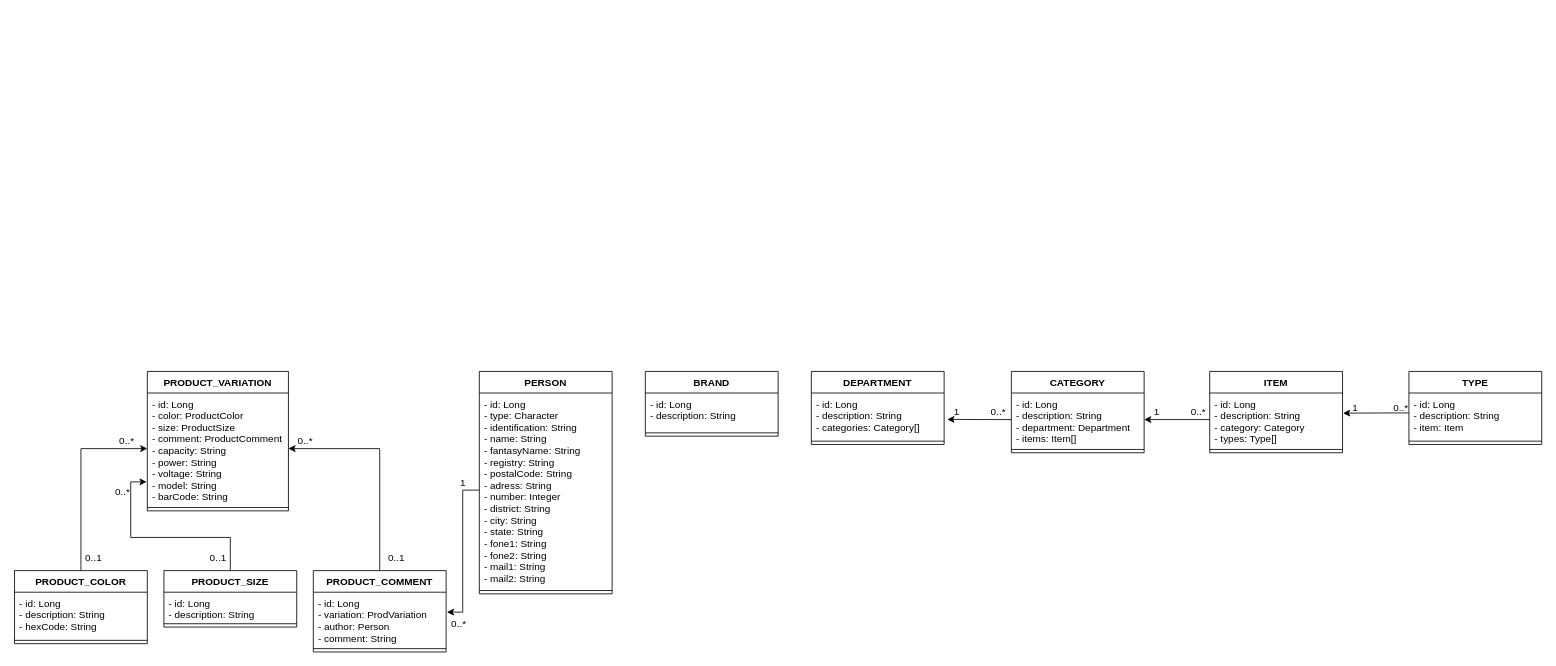
The draw.io diagram ecommerce/backend/product.drawio in augustocesarsousa/draw-io, before the edit. Source tidied: cells renumbered, new cells numbered last; positions are measured from the earlier drawing's top-left corner, leaving out a move shared by most shapes. Both pictures are drawn from the tidied source at 83%, with x=0, y=0 at pixel (14, 371).
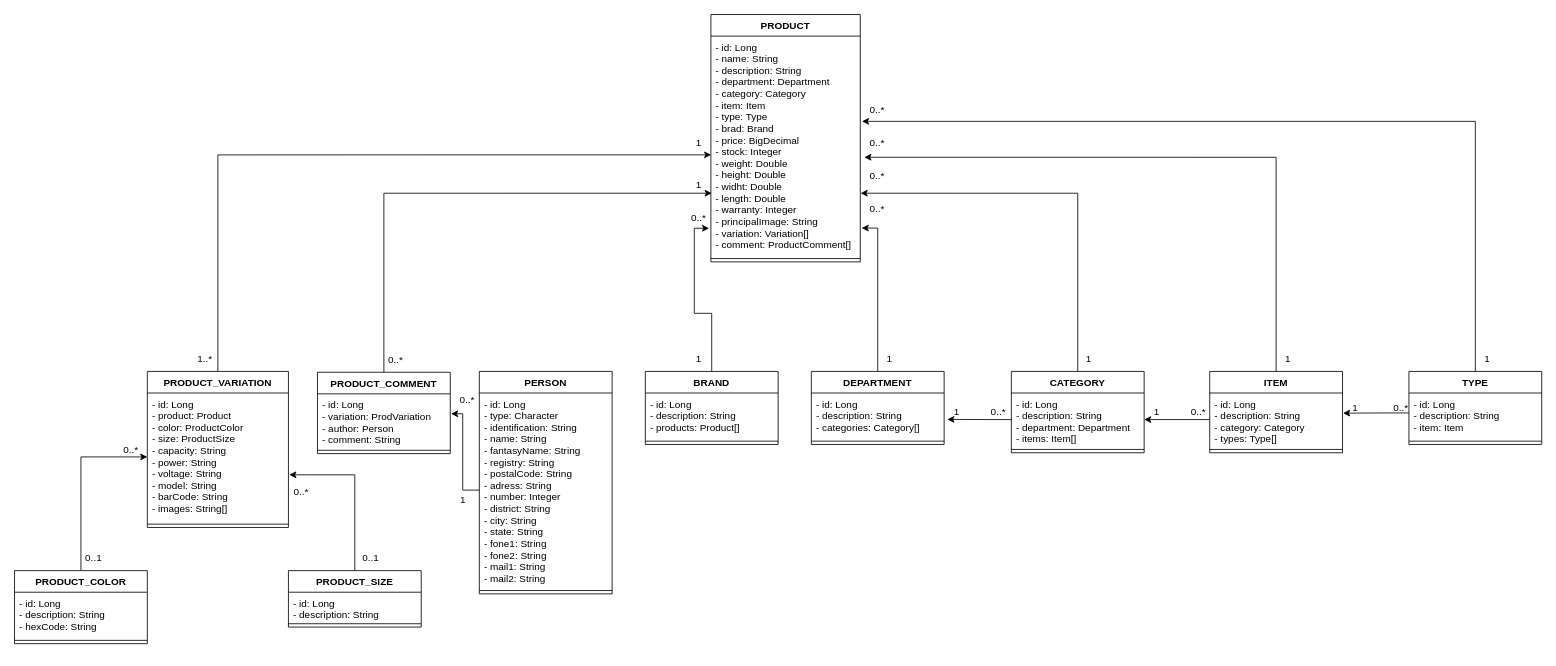
Above is the later version.

Commit message:
Adicionado entidade produtos e transferido a entidade Comentários para ela

The change refers to these unchanged cells:
```xml
<mxCell id="32" value="DEPARTMENT" style="swimlane;fontStyle=1;align=center;verticalAlign=top;horizontal=1;startSize=26;" parent="1" vertex="1">
  <mxGeometry x="960" width="160" height="88" as="geometry" />
</mxCell>
<mxCell id="35" value="CATEGORY" style="swimlane;fontStyle=1;align=center;verticalAlign=top;horizontal=1;startSize=26;" parent="1" vertex="1">
  <mxGeometry x="1201" width="160" height="98" as="geometry" />
</mxCell>
<mxCell id="38" value="ITEM" style="swimlane;fontStyle=1;align=center;verticalAlign=top;horizontal=1;startSize=26;" parent="1" vertex="1">
  <mxGeometry x="1440" width="160" height="98" as="geometry" />
</mxCell>
<mxCell id="41" value="TYPE" style="swimlane;fontStyle=1;align=center;verticalAlign=top;horizontal=1;startSize=26;" parent="1" vertex="1">
  <mxGeometry x="1680" width="160" height="88" as="geometry" />
</mxCell>
```

The edit, as a diff of the source:
```diff
@@
-    <mxCell id="2" style="edgeStyle=orthogonalEdgeStyle;rounded=0;jettySize=auto;html=1;entryX=1;entryY=0.5;entryDx=0;entryDy=0;" parent="1" edge="1" source="3" target="15">
-      <mxGeometry relative="1" as="geometry" />
-    </mxCell>
+    <mxCell id="53" style="edgeStyle=orthogonalEdgeStyle;rounded=0;jettySize=auto;html=1;entryX=0.006;entryY=0.717;entryDx=0;entryDy=0;entryPerimeter=0;" parent="1" edge="1" source="3" target="61">
+      <mxGeometry relative="1" as="geometry" />
+    </mxCell>
     <mxCell id="3" value="PRODUCT_COMMENT" style="swimlane;fontStyle=1;align=center;verticalAlign=top;horizontal=1;startSize=26;" parent="1" vertex="1">
-      <mxGeometry x="360" y="240" width="160" height="98" as="geometry" />
+      <mxGeometry x="365" y="1" width="160" height="98" as="geometry" />
     </mxCell>
@@
-    <mxCell id="6" style="edgeStyle=orthogonalEdgeStyle;rounded=0;jettySize=auto;html=1;entryX=-0.005;entryY=0.799;entryDx=0;entryDy=0;entryPerimeter=0;" parent="1" edge="1" source="7" target="15">
+    <mxCell id="6" style="edgeStyle=orthogonalEdgeStyle;rounded=0;jettySize=auto;html=1;entryX=1.006;entryY=0.64;entryDx=0;entryDy=0;entryPerimeter=0;" parent="1" edge="1" source="7" target="15">
       <mxGeometry relative="1" as="geometry" />
     </mxCell>
     <mxCell id="7" value="PRODUCT_SIZE" style="swimlane;fontStyle=1;align=center;verticalAlign=top;horizontal=1;startSize=26;" parent="1" vertex="1">
-      <mxGeometry x="180" y="240" width="160" height="68" as="geometry" />
+      <mxGeometry x="330" y="240" width="160" height="68" as="geometry" />
     </mxCell>
@@
+    <mxCell id="54" style="edgeStyle=orthogonalEdgeStyle;rounded=0;jettySize=auto;html=1;entryX=0.002;entryY=0.542;entryDx=0;entryDy=0;entryPerimeter=0;" parent="1" edge="1" source="14" target="61">
+      <mxGeometry relative="1" as="geometry" />
+    </mxCell>
     <mxCell id="14" value="PRODUCT_VARIATION" style="swimlane;fontStyle=1;align=center;verticalAlign=top;horizontal=1;startSize=26;" parent="1" vertex="1">
-      <mxGeometry x="160" width="170" height="168" as="geometry" />
+      <mxGeometry x="160" width="170" height="188" as="geometry" />
     </mxCell>
-    <mxCell id="15" value="- id: Long&#10;- color: ProductColor&#10;- size: ProductSize&#10;- comment: ProductComment&#10;- capacity: String&#10;- power: String&#10;- voltage: String&#10;- model: String&#10;- barCode: String" style="text;strokeColor=none;fillColor=none;align=left;verticalAlign=top;spacingLeft=4;spacingRight=4;overflow=hidden;points=[[0,0.5],[1,0.5]];portConstraint=eastwest;" parent="14" vertex="1">
-      <mxGeometry y="26" width="170" height="134" as="geometry" />
+    <mxCell id="15" value="- id: Long&#10;- product: Product&#10;- color: ProductColor&#10;- size: ProductSize&#10;- capacity: String&#10;- power: String&#10;- voltage: String&#10;- model: String&#10;- barCode: String&#10;- images: String[]" style="text;strokeColor=none;fillColor=none;align=left;verticalAlign=top;spacingLeft=4;spacingRight=4;overflow=hidden;points=[[0,0.5],[1,0.5]];portConstraint=eastwest;" parent="14" vertex="1">
+      <mxGeometry y="26" width="170" height="154" as="geometry" />
     </mxCell>
     <mxCell id="16" style="line;strokeWidth=1;fillColor=none;align=left;verticalAlign=middle;spacingTop=-1;spacingLeft=3;spacingRight=3;labelPosition=right;strokeColor=inherit;" parent="14" vertex="1">
-      <mxGeometry y="160" width="170" height="8" as="geometry" />
+      <mxGeometry y="180" width="170" height="8" as="geometry" />
     </mxCell>
     <mxCell id="17" value="0..*" style="text;html=1;align=center;verticalAlign=middle;strokeColor=none;fillColor=none;" parent="1" vertex="1">
-      <mxGeometry x="115" y="69" width="40" height="30" as="geometry" />
+      <mxGeometry x="120" y="80" width="40" height="30" as="geometry" />
     </mxCell>
@@
     <mxCell id="19" value="0..*" style="text;html=1;align=center;verticalAlign=middle;strokeColor=none;fillColor=none;" parent="1" vertex="1">
-      <mxGeometry x="110" y="130" width="40" height="30" as="geometry" />
+      <mxGeometry x="325" y="130" width="40" height="30" as="geometry" />
     </mxCell>
     <mxCell id="20" value="0..1" style="text;html=1;align=center;verticalAlign=middle;strokeColor=none;fillColor=none;" parent="1" vertex="1">
-      <mxGeometry x="225" y="210" width="40" height="30" as="geometry" />
+      <mxGeometry x="409" y="210" width="40" height="30" as="geometry" />
     </mxCell>
     <mxCell id="21" value="0..*" style="text;html=1;align=center;verticalAlign=middle;strokeColor=none;fillColor=none;" parent="1" vertex="1">
-      <mxGeometry x="330" y="69" width="40" height="30" as="geometry" />
+      <mxGeometry x="439" y="-29" width="40" height="30" as="geometry" />
     </mxCell>
-    <mxCell id="22" value="0..1" style="text;html=1;align=center;verticalAlign=middle;strokeColor=none;fillColor=none;" parent="1" vertex="1">
-      <mxGeometry x="440" y="210" width="40" height="30" as="geometry" />
-    </mxCell>
@@
     <mxCell id="27" value="1" style="text;html=1;align=center;verticalAlign=middle;strokeColor=none;fillColor=none;" parent="1" vertex="1">
-      <mxGeometry x="525" y="119" width="30" height="30" as="geometry" />
+      <mxGeometry x="809" y="-240" width="30" height="30" as="geometry" />
     </mxCell>
     <mxCell id="28" value="0..*" style="text;html=1;align=center;verticalAlign=middle;strokeColor=none;fillColor=none;" parent="1" vertex="1">
-      <mxGeometry x="515" y="290" width="40" height="30" as="geometry" />
+      <mxGeometry x="525" y="20" width="40" height="30" as="geometry" />
     </mxCell>
+    <mxCell id="55" style="edgeStyle=orthogonalEdgeStyle;rounded=0;jettySize=auto;html=1;entryX=-0.012;entryY=0.877;entryDx=0;entryDy=0;entryPerimeter=0;" parent="1" edge="1" source="29" target="61">
+      <mxGeometry relative="1" as="geometry" />
+    </mxCell>
     <mxCell id="29" value="BRAND" style="swimlane;fontStyle=1;align=center;verticalAlign=top;horizontal=1;startSize=26;" parent="1" vertex="1">
-      <mxGeometry x="760" width="160" height="78" as="geometry" />
+      <mxGeometry x="760" width="160" height="88" as="geometry" />
     </mxCell>
-    <mxCell id="30" value="- id: Long&#10;- description: String" style="text;strokeColor=none;fillColor=none;align=left;verticalAlign=top;spacingLeft=4;spacingRight=4;overflow=hidden;" parent="29" vertex="1">
-      <mxGeometry y="26" width="160" height="44" as="geometry" />
+    <mxCell id="30" value="- id: Long&#10;- description: String&#10;- products: Product[]" style="text;strokeColor=none;fillColor=none;align=left;verticalAlign=top;spacingLeft=4;spacingRight=4;overflow=hidden;" parent="29" vertex="1">
+      <mxGeometry y="26" width="160" height="54" as="geometry" />
     </mxCell>
     <mxCell id="31" style="line;strokeWidth=1;fillColor=none;align=left;verticalAlign=middle;spacingTop=-1;spacingLeft=3;spacingRight=3;labelPosition=right;strokeColor=inherit;" parent="29" vertex="1">
-      <mxGeometry y="70" width="160" height="8" as="geometry" />
+      <mxGeometry y="80" width="160" height="8" as="geometry" />
     </mxCell>
+    <mxCell id="56" style="edgeStyle=orthogonalEdgeStyle;rounded=0;jettySize=auto;html=1;entryX=1.009;entryY=0.876;entryDx=0;entryDy=0;entryPerimeter=0;" parent="1" edge="1" source="32" target="61">
+      <mxGeometry relative="1" as="geometry" />
+    </mxCell>
@@
+    <mxCell id="57" style="edgeStyle=orthogonalEdgeStyle;rounded=0;jettySize=auto;html=1;entryX=1.002;entryY=0.717;entryDx=0;entryDy=0;entryPerimeter=0;" parent="1" edge="1" source="35" target="61">
+      <mxGeometry relative="1" as="geometry" />
+    </mxCell>
@@
+    <mxCell id="58" style="edgeStyle=orthogonalEdgeStyle;rounded=0;jettySize=auto;html=1;entryX=1.027;entryY=0.553;entryDx=0;entryDy=0;entryPerimeter=0;" parent="1" edge="1" source="38" target="61">
+      <mxGeometry relative="1" as="geometry" />
+    </mxCell>
@@
+    <mxCell id="59" style="edgeStyle=orthogonalEdgeStyle;rounded=0;jettySize=auto;html=1;entryX=1.011;entryY=0.389;entryDx=0;entryDy=0;entryPerimeter=0;" parent="1" edge="1" source="41" target="61">
+      <mxGeometry relative="1" as="geometry" />
+    </mxCell>
@@
+    <mxCell id="60" value="PRODUCT" style="swimlane;fontStyle=1;align=center;verticalAlign=top;horizontal=1;startSize=26;" parent="1" vertex="1">
+      <mxGeometry x="839" y="-430" width="180" height="298" as="geometry" />
+    </mxCell>
+    <mxCell id="61" value="- id: Long&#10;- name: String&#10;- description: String&#10;- department: Department&#10;- category: Category&#10;- item: Item&#10;- type: Type&#10;- brad: Brand&#10;- price: BigDecimal&#10;- stock: Integer&#10;- weight: Double&#10;- height: Double&#10;- widht: Double&#10;- length: Double&#10;- warranty: Integer&#10;- principalImage: String&#10;- variation: Variation[]&#10;- comment: ProductComment[]" style="text;strokeColor=none;fillColor=none;align=left;verticalAlign=top;spacingLeft=4;spacingRight=4;overflow=hidden;points=[[0,0.5],[1,0.5]];portConstraint=eastwest;" parent="60" vertex="1">
+      <mxGeometry y="26" width="180" height="264" as="geometry" />
+    </mxCell>
+    <mxCell id="62" style="line;strokeWidth=1;fillColor=none;align=left;verticalAlign=middle;spacingTop=-1;spacingLeft=3;spacingRight=3;labelPosition=right;strokeColor=inherit;" parent="60" vertex="1">
+      <mxGeometry y="290" width="180" height="8" as="geometry" />
+    </mxCell>
+    <mxCell id="63" value="1..*" style="text;html=1;align=center;verticalAlign=middle;strokeColor=none;fillColor=none;" parent="1" vertex="1">
+      <mxGeometry x="209" y="-30" width="40" height="30" as="geometry" />
+    </mxCell>
+    <mxCell id="64" value="1" style="text;html=1;align=center;verticalAlign=middle;strokeColor=none;fillColor=none;" parent="1" vertex="1">
+      <mxGeometry x="809" y="-290" width="30" height="30" as="geometry" />
+    </mxCell>
+    <mxCell id="65" value="0..*" style="text;html=1;align=center;verticalAlign=middle;strokeColor=none;fillColor=none;" parent="1" vertex="1">
+      <mxGeometry x="804" y="-200" width="40" height="30" as="geometry" />
+    </mxCell>
+    <mxCell id="66" value="1" style="text;html=1;align=center;verticalAlign=middle;strokeColor=none;fillColor=none;" parent="1" vertex="1">
+      <mxGeometry x="809" y="-30" width="30" height="30" as="geometry" />
+    </mxCell>
+    <mxCell id="67" value="0..*" style="text;html=1;align=center;verticalAlign=middle;strokeColor=none;fillColor=none;" parent="1" vertex="1">
+      <mxGeometry x="1019" y="-210" width="40" height="30" as="geometry" />
+    </mxCell>
+    <mxCell id="68" value="1" style="text;html=1;align=center;verticalAlign=middle;strokeColor=none;fillColor=none;" parent="1" vertex="1">
+      <mxGeometry x="1039" y="-30" width="30" height="30" as="geometry" />
+    </mxCell>
+    <mxCell id="69" value="0..*" style="text;html=1;align=center;verticalAlign=middle;strokeColor=none;fillColor=none;" parent="1" vertex="1">
+      <mxGeometry x="1019" y="-250" width="40" height="30" as="geometry" />
+    </mxCell>
+    <mxCell id="70" value="1" style="text;html=1;align=center;verticalAlign=middle;strokeColor=none;fillColor=none;" parent="1" vertex="1">
+      <mxGeometry x="1279" y="-30" width="30" height="30" as="geometry" />
+    </mxCell>
+    <mxCell id="71" value="0..*" style="text;html=1;align=center;verticalAlign=middle;strokeColor=none;fillColor=none;" parent="1" vertex="1">
+      <mxGeometry x="1019" y="-290" width="40" height="30" as="geometry" />
+    </mxCell>
+    <mxCell id="72" value="1" style="text;html=1;align=center;verticalAlign=middle;strokeColor=none;fillColor=none;" parent="1" vertex="1">
+      <mxGeometry x="1519" y="-30" width="30" height="30" as="geometry" />
+    </mxCell>
+    <mxCell id="73" value="0..*" style="text;html=1;align=center;verticalAlign=middle;strokeColor=none;fillColor=none;" parent="1" vertex="1">
+      <mxGeometry x="1019" y="-330" width="40" height="30" as="geometry" />
+    </mxCell>
+    <mxCell id="74" value="1" style="text;html=1;align=center;verticalAlign=middle;strokeColor=none;fillColor=none;" parent="1" vertex="1">
+      <mxGeometry x="1759" y="-30" width="30" height="30" as="geometry" />
+    </mxCell>
+    <mxCell id="75" value="1" style="text;html=1;align=center;verticalAlign=middle;strokeColor=none;fillColor=none;" parent="1" vertex="1">
+      <mxGeometry x="525" y="140" width="30" height="30" as="geometry" />
+    </mxCell>
```
